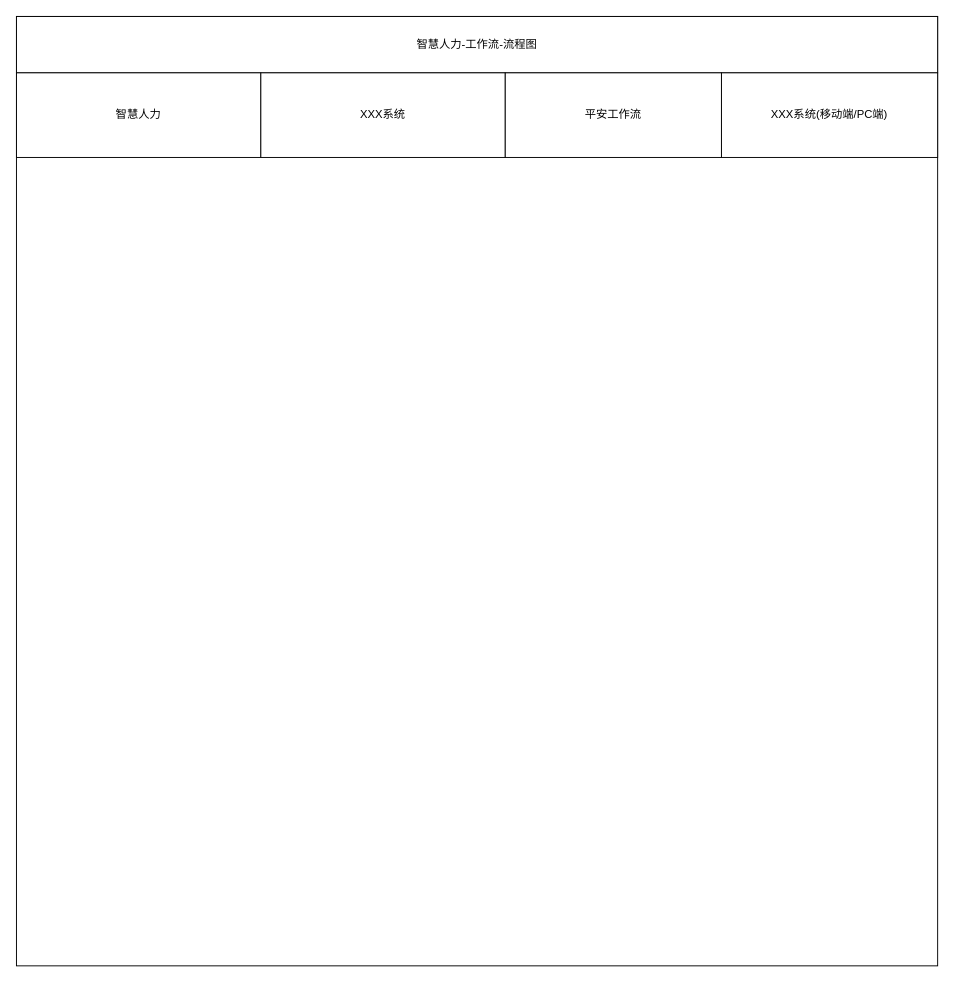
Above: 智慧人力-工作流-流程图.drawio in 52cyc/public_file (draw.io), before the change. Source tidied: cells renumbered, new cells numbered last; positions are measured from the earlier drawing's top-left corner, leaving out a move shared by most shapes. Both pictures are drawn from the tidied source at 94%, with x=0, y=0 at pixel (16, 16).
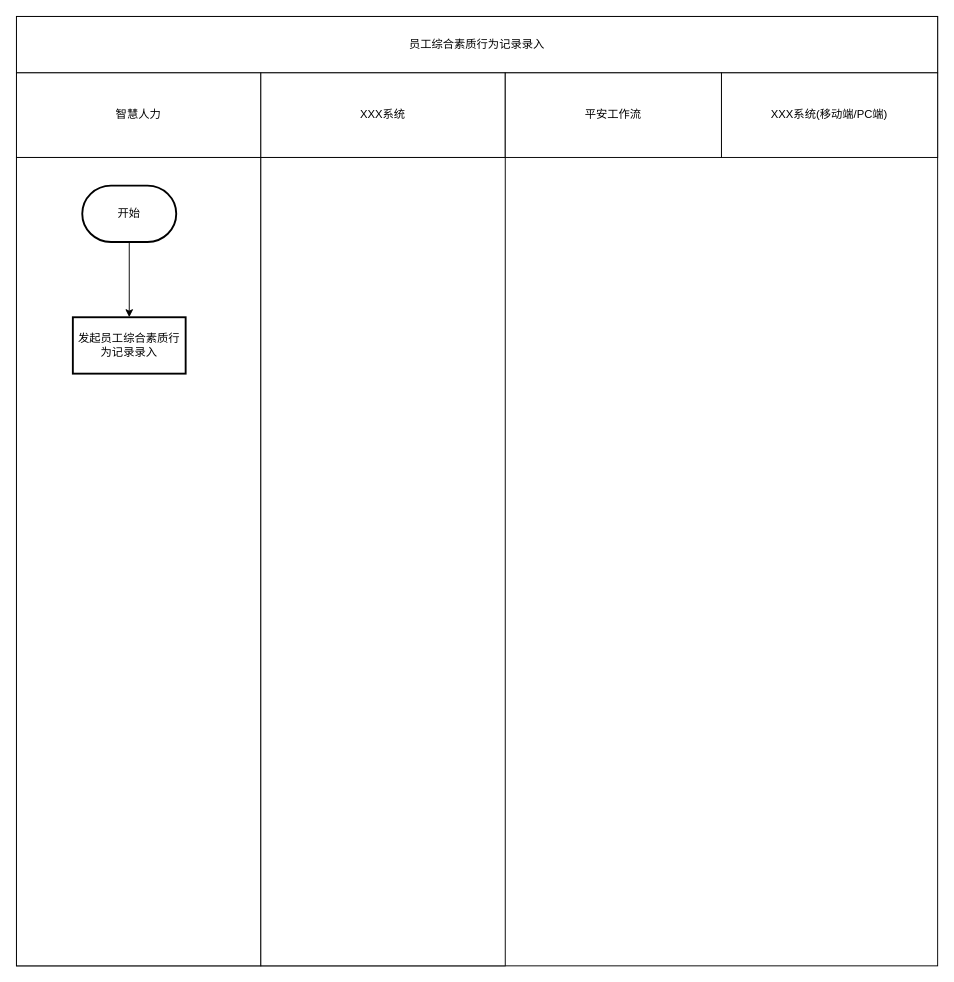
After the change.

Commit message (it also covers changes not shown here):
更新智慧人力-工作流-流程图.drawio

The edit, as a diff of the source:
```diff
@@
 <mxGraphModel>
   <root>
     <mxCell id="0" />
     <mxCell id="1" parent="0" />
     <mxCell id="2" style="rounded=0;whiteSpace=wrap;html=1;" parent="1" vertex="1">
       <mxGeometry width="980" height="1010" as="geometry" />
     </mxCell>
-    <mxCell id="3" value="智慧人力-工作流-流程图" style="rounded=0;whiteSpace=wrap;html=1;" parent="1" vertex="1">
+    <mxCell id="3" value="&lt;span&gt;&lt;/span&gt;&lt;span&gt;&lt;/span&gt;&lt;span style=&quot;white-space-collapse: preserve;&quot;&gt;员工综合素质行为记录录入&lt;/span&gt;" style="rounded=0;whiteSpace=wrap;html=1;" parent="1" vertex="1">
       <mxGeometry width="980" height="60" as="geometry" />
     </mxCell>
     <mxCell id="4" value="智慧人力" style="rounded=0;whiteSpace=wrap;html=1;" parent="1" vertex="1">
       <mxGeometry y="60" width="260" height="90" as="geometry" />
     </mxCell>
     <mxCell id="5" value="XXX系统" style="rounded=0;whiteSpace=wrap;html=1;" parent="1" vertex="1">
       <mxGeometry x="260" y="60" width="260" height="90" as="geometry" />
     </mxCell>
     <mxCell id="6" value="平安工作流" style="rounded=0;whiteSpace=wrap;html=1;" parent="1" vertex="1">
       <mxGeometry x="520" y="60" width="230" height="90" as="geometry" />
     </mxCell>
     <mxCell id="7" value="XXX系统(移动端/PC端&lt;span style=&quot;background-color: transparent; color: light-dark(rgb(0, 0, 0), rgb(255, 255, 255));&quot;&gt;)&lt;/span&gt;" style="rounded=0;whiteSpace=wrap;html=1;" parent="1" vertex="1">
       <mxGeometry x="750" y="60" width="230" height="90" as="geometry" />
     </mxCell>
+    <mxCell id="8" style="rounded=0;whiteSpace=wrap;html=1;" parent="1" vertex="1">
+      <mxGeometry y="150" width="260" height="860" as="geometry" />
+    </mxCell>
+    <mxCell id="9" style="edgeStyle=orthogonalEdgeStyle;rounded=0;jettySize=auto;html=1;" parent="1" edge="1" source="10" target="11">
+      <mxGeometry relative="1" as="geometry" />
+    </mxCell>
+    <mxCell id="10" value="开始" style="strokeWidth=2;html=1;shape=mxgraph.flowchart.terminator;whiteSpace=wrap;" parent="1" vertex="1">
+      <mxGeometry x="70" y="180" width="100" height="60" as="geometry" />
+    </mxCell>
+    <mxCell id="11" value="发起&lt;span style=&quot;white-space-collapse: preserve;&quot;&gt;员工综合素质行为记录录入&lt;/span&gt;" style="whiteSpace=wrap;html=1;strokeWidth=2;" parent="1" vertex="1">
+      <mxGeometry x="60" y="320" width="120" height="60" as="geometry" />
+    </mxCell>
+    <mxCell id="12" style="rounded=0;whiteSpace=wrap;html=1;" parent="1" vertex="1">
+      <mxGeometry x="260" y="150" width="260" height="860" as="geometry" />
+    </mxCell>
   </root>
 </mxGraphModel>
```
